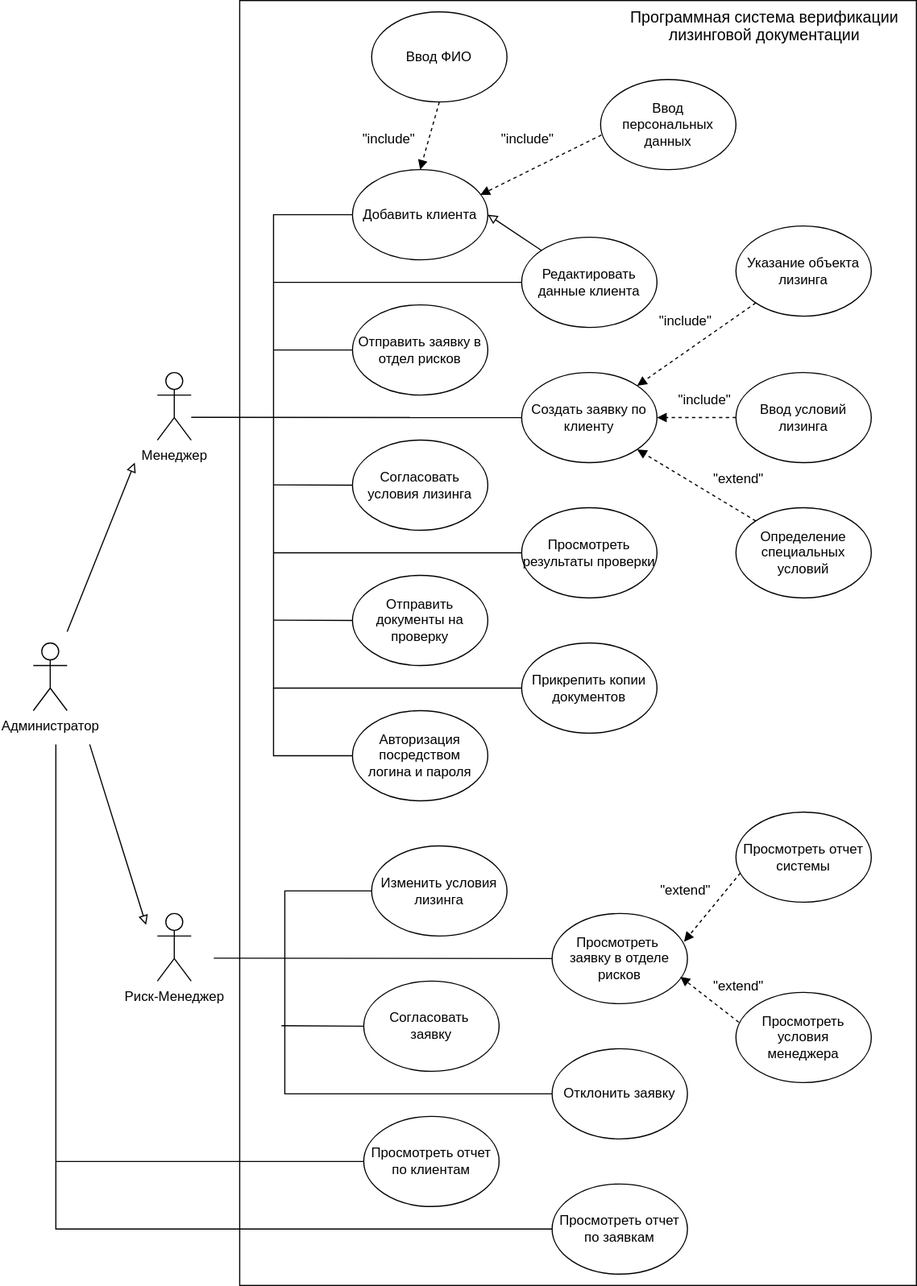
This is schemes/UsageVariantsDiagram.svg from D-Black-N/MastersDiploma, a draw.io export, as it was before one commit. Source tidied: cells renumbered, new cells last; positions are measured from the earlier drawing's top-left corner, leaving out a move shared by most shapes.
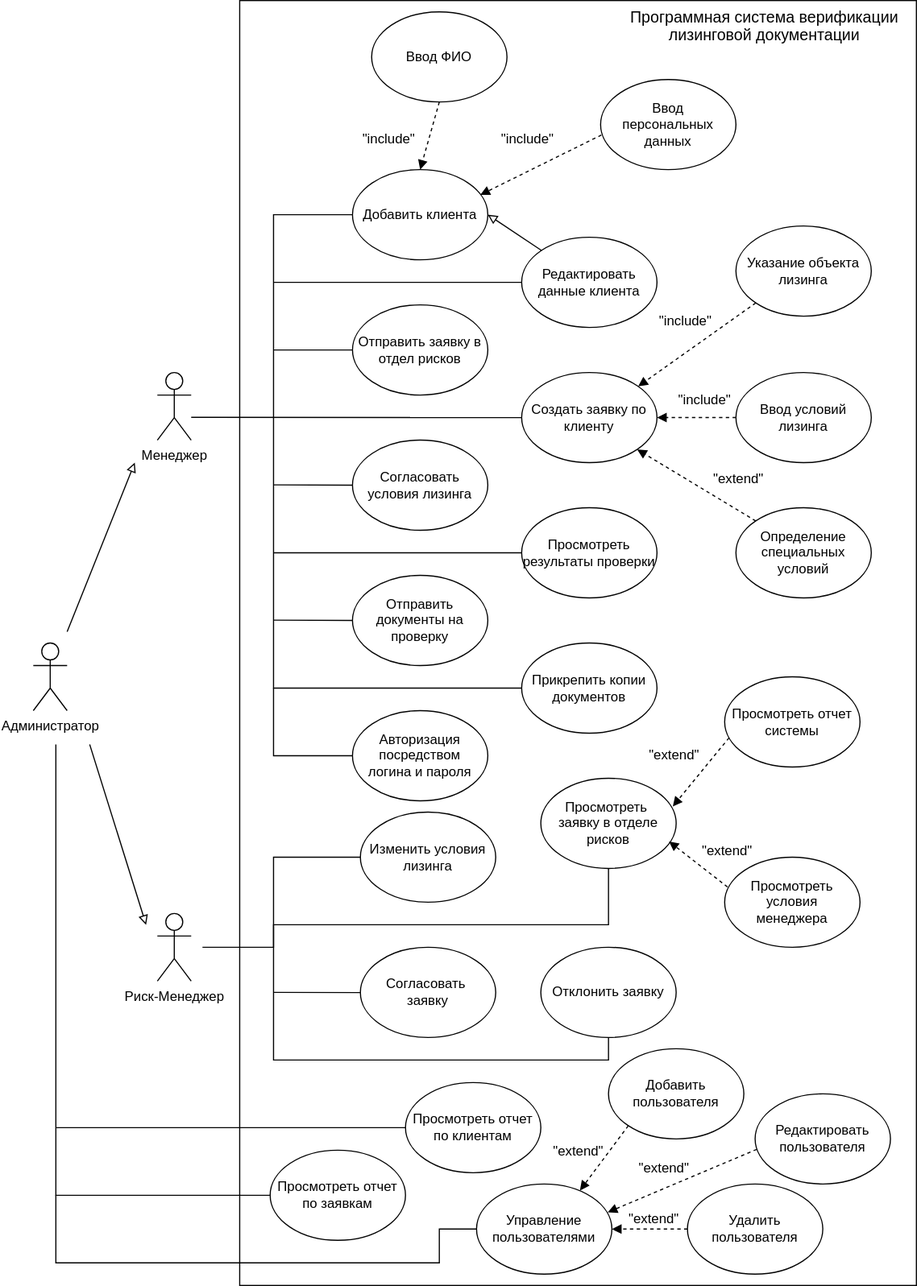
The same file after the commit.

Diff of the diagram source:
```diff
@@ -39,19 +39,19 @@
       <mxGeometry x="110" y="810" width="30" height="60" as="geometry" />
     </mxCell>
     <mxCell id="14" value="Просмотреть&amp;nbsp;&lt;div&gt;заявку в отделе рисков&lt;/div&gt;" style="ellipse;whiteSpace=wrap;html=1;" parent="1" vertex="1">
-      <mxGeometry x="460" y="810" width="120" height="80" as="geometry" />
+      <mxGeometry x="450" y="690" width="120" height="80" as="geometry" />
     </mxCell>
     <mxCell id="15" value="Согласовать&amp;nbsp;&lt;div&gt;заявку&lt;/div&gt;" style="ellipse;whiteSpace=wrap;html=1;" parent="1" vertex="1">
-      <mxGeometry x="293" y="870" width="120" height="80" as="geometry" />
+      <mxGeometry x="290" y="840" width="120" height="80" as="geometry" />
     </mxCell>
     <mxCell id="16" value="Отклонить заявку" style="ellipse;whiteSpace=wrap;html=1;" parent="1" vertex="1">
-      <mxGeometry x="460" y="930" width="120" height="80" as="geometry" />
+      <mxGeometry x="450" y="840" width="120" height="80" as="geometry" />
     </mxCell>
     <mxCell id="17" value="Просмотреть отчет по заявкам" style="ellipse;whiteSpace=wrap;html=1;" parent="1" vertex="1">
-      <mxGeometry x="460" y="1050" width="120" height="80" as="geometry" />
+      <mxGeometry x="210" y="1020" width="120" height="80" as="geometry" />
     </mxCell>
     <mxCell id="18" value="Просмотреть отчет по клиентам" style="ellipse;whiteSpace=wrap;html=1;" parent="1" vertex="1">
-      <mxGeometry x="293" y="990" width="120" height="80" as="geometry" />
+      <mxGeometry x="330" y="960" width="120" height="80" as="geometry" />
     </mxCell>
     <mxCell id="19" style="endArrow=none;html=1;rounded=0;startFill=0;entryX=0;entryY=0.5;entryDx=0;entryDy=0;" parent="1" edge="1" target="9">
       <mxGeometry relative="1" as="geometry">
@@ -95,7 +95,7 @@
       </mxGeometry>
     </mxCell>
     <mxCell id="26" value="Изменить условия лизинга" style="ellipse;whiteSpace=wrap;html=1;" parent="1" vertex="1">
-      <mxGeometry x="300" y="750" width="120" height="80" as="geometry" />
+      <mxGeometry x="290" y="720" width="120" height="80" as="geometry" />
     </mxCell>
     <mxCell id="27" value="Ввод ФИО" style="ellipse;whiteSpace=wrap;html=1;" parent="1" vertex="1">
       <mxGeometry x="300" y="10" width="120" height="80" as="geometry" />
@@ -156,30 +156,26 @@
     <mxCell id="44" style="endArrow=block;html=1;rounded=0;entryX=1;entryY=0.5;entryDx=0;entryDy=0;exitX=0;exitY=0;exitDx=0;exitDy=0;endFill=0;" parent="1" edge="1" source="6" target="5">
       <mxGeometry relative="1" as="geometry" />
     </mxCell>
-    <mxCell id="45" style="endArrow=none;html=1;rounded=0;entryX=0;entryY=0.5;entryDx=0;entryDy=0;" parent="1" edge="1" target="14">
-      <mxGeometry relative="1" as="geometry">
-        <mxPoint x="160" y="849.6" as="sourcePoint" />
-      </mxGeometry>
-    </mxCell>
-    <mxCell id="46" style="endArrow=none;html=1;rounded=0;exitX=0;exitY=0.5;exitDx=0;exitDy=0;entryX=0;entryY=0.5;entryDx=0;entryDy=0;" parent="1" edge="1" source="16" target="26">
+    <mxCell id="46" style="endArrow=none;html=1;rounded=0;exitX=0.5;exitY=1;exitDx=0;exitDy=0;entryX=0;entryY=0.5;entryDx=0;entryDy=0;" parent="1" edge="1" source="16" target="26">
       <mxGeometry relative="1" as="geometry">
         <Array as="points">
-          <mxPoint x="223" y="970" />
-          <mxPoint x="223" y="790" />
+          <mxPoint x="510" y="940" />
+          <mxPoint x="213" y="940" />
+          <mxPoint x="213" y="760" />
         </Array>
       </mxGeometry>
     </mxCell>
     <mxCell id="47" style="endArrow=none;html=1;rounded=0;" parent="1" edge="1">
       <mxGeometry relative="1" as="geometry">
-        <mxPoint x="220" y="909.6" as="sourcePoint" />
-        <mxPoint x="293" y="910" as="targetPoint" />
+        <mxPoint x="213" y="880" as="sourcePoint" />
+        <mxPoint x="290" y="880.1" as="targetPoint" />
       </mxGeometry>
     </mxCell>
     <mxCell id="48" value="Просмотреть отчет системы" style="ellipse;whiteSpace=wrap;html=1;" parent="1" vertex="1">
-      <mxGeometry x="623" y="720" width="120" height="80" as="geometry" />
+      <mxGeometry x="613" y="600" width="120" height="80" as="geometry" />
     </mxCell>
     <mxCell id="49" value="Просмотреть условия&lt;div&gt;менеджера&lt;/div&gt;" style="ellipse;whiteSpace=wrap;html=1;" parent="1" vertex="1">
-      <mxGeometry x="623" y="880" width="120" height="80" as="geometry" />
+      <mxGeometry x="613" y="760" width="120" height="80" as="geometry" />
     </mxCell>
     <mxCell id="50" style="endArrow=block;html=1;rounded=0;exitX=0.033;exitY=0.675;exitDx=0;exitDy=0;entryX=0.975;entryY=0.313;entryDx=0;entryDy=0;dashed=1;endFill=1;entryPerimeter=0;exitPerimeter=0;" parent="1" edge="1" source="48" target="14">
       <mxGeometry relative="1" as="geometry" />
@@ -188,10 +184,10 @@
       <mxGeometry relative="1" as="geometry" />
     </mxCell>
     <mxCell id="52" value="&quot;extend&quot;" style="text;html=1;align=center;verticalAlign=middle;strokeColor=none;fillColor=none;" parent="1" vertex="1">
-      <mxGeometry x="543" y="775" width="70" height="30" as="geometry" />
+      <mxGeometry x="533" y="655" width="70" height="30" as="geometry" />
     </mxCell>
     <mxCell id="53" value="&quot;extend&quot;" style="text;html=1;align=center;verticalAlign=middle;strokeColor=none;fillColor=none;" parent="1" vertex="1">
-      <mxGeometry x="590" y="860" width="70" height="30" as="geometry" />
+      <mxGeometry x="580" y="740" width="70" height="30" as="geometry" />
     </mxCell>
     <mxCell id="54" style="endArrow=block;html=1;rounded=0;endFill=0;" parent="1" edge="1">
       <mxGeometry relative="1" as="geometry">
@@ -205,22 +201,71 @@
         <mxPoint x="100" y="820" as="targetPoint" />
       </mxGeometry>
     </mxCell>
-    <mxCell id="56" style="endArrow=none;html=1;rounded=0;" parent="1" edge="1">
+    <mxCell id="56" style="endArrow=none;html=1;rounded=0;exitX=0;exitY=0.5;exitDx=0;exitDy=0;" parent="1" edge="1" source="17">
       <mxGeometry relative="1" as="geometry">
-        <mxPoint x="460" y="1090" as="sourcePoint" />
         <mxPoint x="20" y="660" as="targetPoint" />
         <Array as="points">
-          <mxPoint x="20" y="1090" />
+          <mxPoint x="20" y="1060" />
         </Array>
       </mxGeometry>
     </mxCell>
     <mxCell id="57" style="endArrow=none;html=1;rounded=0;exitX=0;exitY=0.5;exitDx=0;exitDy=0;" parent="1" edge="1" source="18">
       <mxGeometry relative="1" as="geometry">
-        <mxPoint x="20" y="1030" as="targetPoint" />
+        <mxPoint x="20" y="1000" as="targetPoint" />
       </mxGeometry>
     </mxCell>
     <mxCell id="58" value="&lt;font style=&quot;font-size: 14px;&quot;&gt;Программная система верификации&lt;/font&gt;&lt;div&gt;&lt;font style=&quot;font-size: 14px;&quot;&gt;лизинговой документации&lt;/font&gt;&lt;div&gt;&lt;br&gt;&lt;/div&gt;&lt;/div&gt;" style="text;html=1;align=center;verticalAlign=middle;strokeColor=none;fillColor=none;" parent="1" vertex="1">
       <mxGeometry x="513" width="270" height="60" as="geometry" />
     </mxCell>
+    <mxCell id="59" value="Управление пользователями" style="ellipse;whiteSpace=wrap;html=1;" parent="1" vertex="1">
+      <mxGeometry x="393" y="1050" width="120" height="80" as="geometry" />
+    </mxCell>
+    <mxCell id="60" style="endArrow=none;html=1;rounded=0;entryX=0.5;entryY=1;entryDx=0;entryDy=0;" parent="1" edge="1" target="14">
+      <mxGeometry relative="1" as="geometry">
+        <mxPoint x="150" y="840" as="sourcePoint" />
+        <Array as="points">
+          <mxPoint x="213" y="840" />
+          <mxPoint x="213" y="820" />
+          <mxPoint x="510" y="820" />
+        </Array>
+      </mxGeometry>
+    </mxCell>
+    <mxCell id="61" style="endArrow=none;html=1;rounded=0;entryX=0;entryY=0.5;entryDx=0;entryDy=0;" parent="1" edge="1" target="59">
+      <mxGeometry relative="1" as="geometry">
+        <mxPoint x="20" y="1060" as="sourcePoint" />
+        <Array as="points">
+          <mxPoint x="20" y="1120" />
+          <mxPoint x="360" y="1120" />
+          <mxPoint x="360" y="1090" />
+        </Array>
+      </mxGeometry>
+    </mxCell>
+    <mxCell id="62" value="Добавить пользователя" style="ellipse;whiteSpace=wrap;html=1;" parent="1" vertex="1">
+      <mxGeometry x="510" y="930" width="120" height="80" as="geometry" />
+    </mxCell>
+    <mxCell id="63" value="Редактировать пользователя" style="ellipse;whiteSpace=wrap;html=1;" parent="1" vertex="1">
+      <mxGeometry x="640" y="970" width="120" height="80" as="geometry" />
+    </mxCell>
+    <mxCell id="64" value="Удалить пользователя" style="ellipse;whiteSpace=wrap;html=1;" parent="1" vertex="1">
+      <mxGeometry x="580" y="1050" width="120" height="80" as="geometry" />
+    </mxCell>
+    <mxCell id="65" style="endArrow=block;html=1;rounded=0;exitX=0;exitY=1;exitDx=0;exitDy=0;entryX=0.764;entryY=0.072;entryDx=0;entryDy=0;dashed=1;endFill=1;entryPerimeter=0;" parent="1" edge="1" source="62" target="59">
+      <mxGeometry relative="1" as="geometry" />
+    </mxCell>
+    <mxCell id="66" style="endArrow=block;html=1;rounded=0;exitX=0.012;exitY=0.616;exitDx=0;exitDy=0;entryX=0.969;entryY=0.314;entryDx=0;entryDy=0;dashed=1;endFill=1;entryPerimeter=0;exitPerimeter=0;" parent="1" edge="1" source="63" target="59">
+      <mxGeometry relative="1" as="geometry" />
+    </mxCell>
+    <mxCell id="67" style="endArrow=block;html=1;rounded=0;exitX=0;exitY=0.5;exitDx=0;exitDy=0;entryX=1;entryY=0.5;entryDx=0;entryDy=0;dashed=1;endFill=1;" parent="1" edge="1" source="64" target="59">
+      <mxGeometry relative="1" as="geometry" />
+    </mxCell>
+    <mxCell id="68" value="&quot;extend&quot;" style="text;html=1;align=center;verticalAlign=middle;strokeColor=none;fillColor=none;" parent="1" vertex="1">
+      <mxGeometry x="448" y="1006" width="70" height="30" as="geometry" />
+    </mxCell>
+    <mxCell id="69" value="&quot;extend&quot;" style="text;html=1;align=center;verticalAlign=middle;strokeColor=none;fillColor=none;" parent="1" vertex="1">
+      <mxGeometry x="524" y="1021" width="70" height="30" as="geometry" />
+    </mxCell>
+    <mxCell id="70" value="&quot;extend&quot;" style="text;html=1;align=center;verticalAlign=middle;strokeColor=none;fillColor=none;" parent="1" vertex="1">
+      <mxGeometry x="515" y="1066" width="70" height="30" as="geometry" />
+    </mxCell>
   </root>
 </mxGraphModel>
```
